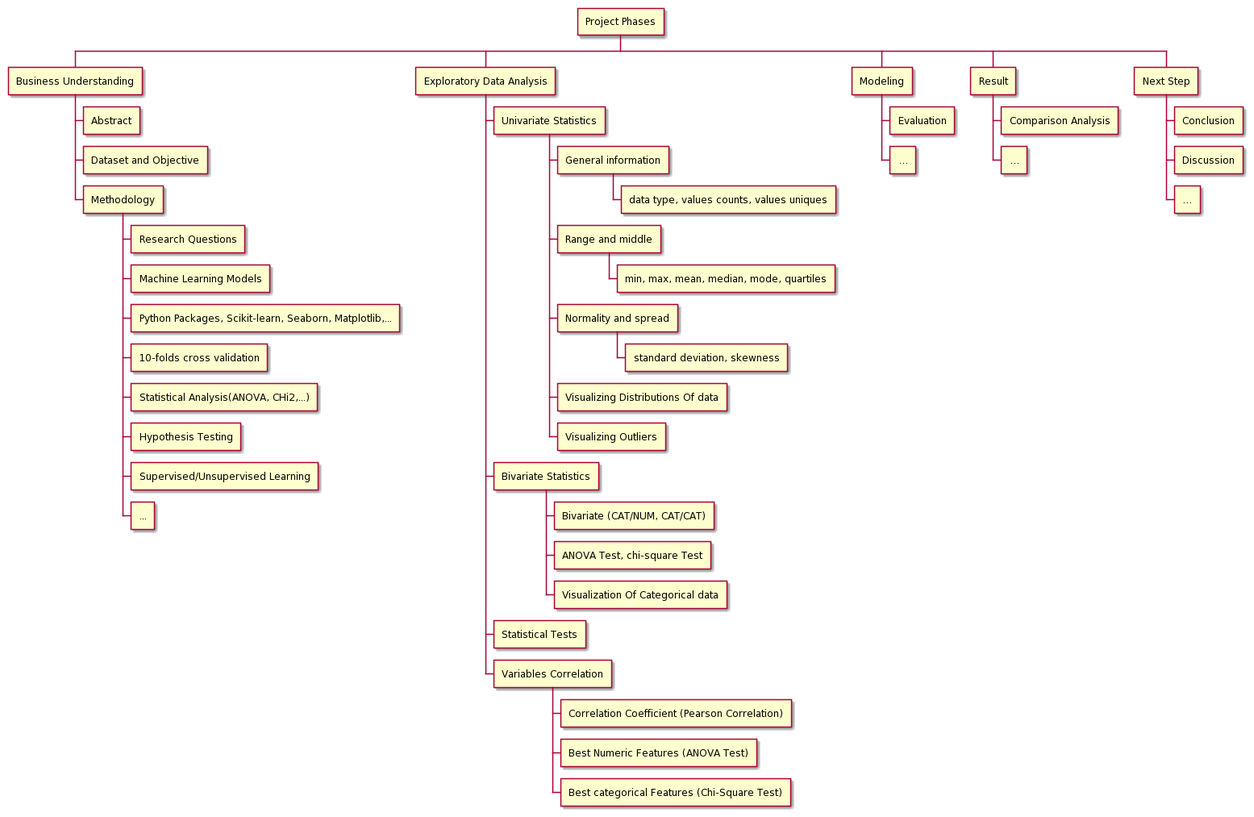
This is Project Phases Graph.png from masram-ml/rpstry-bdap-occup-estmt-, a PlantUML export, as it was before one commit.
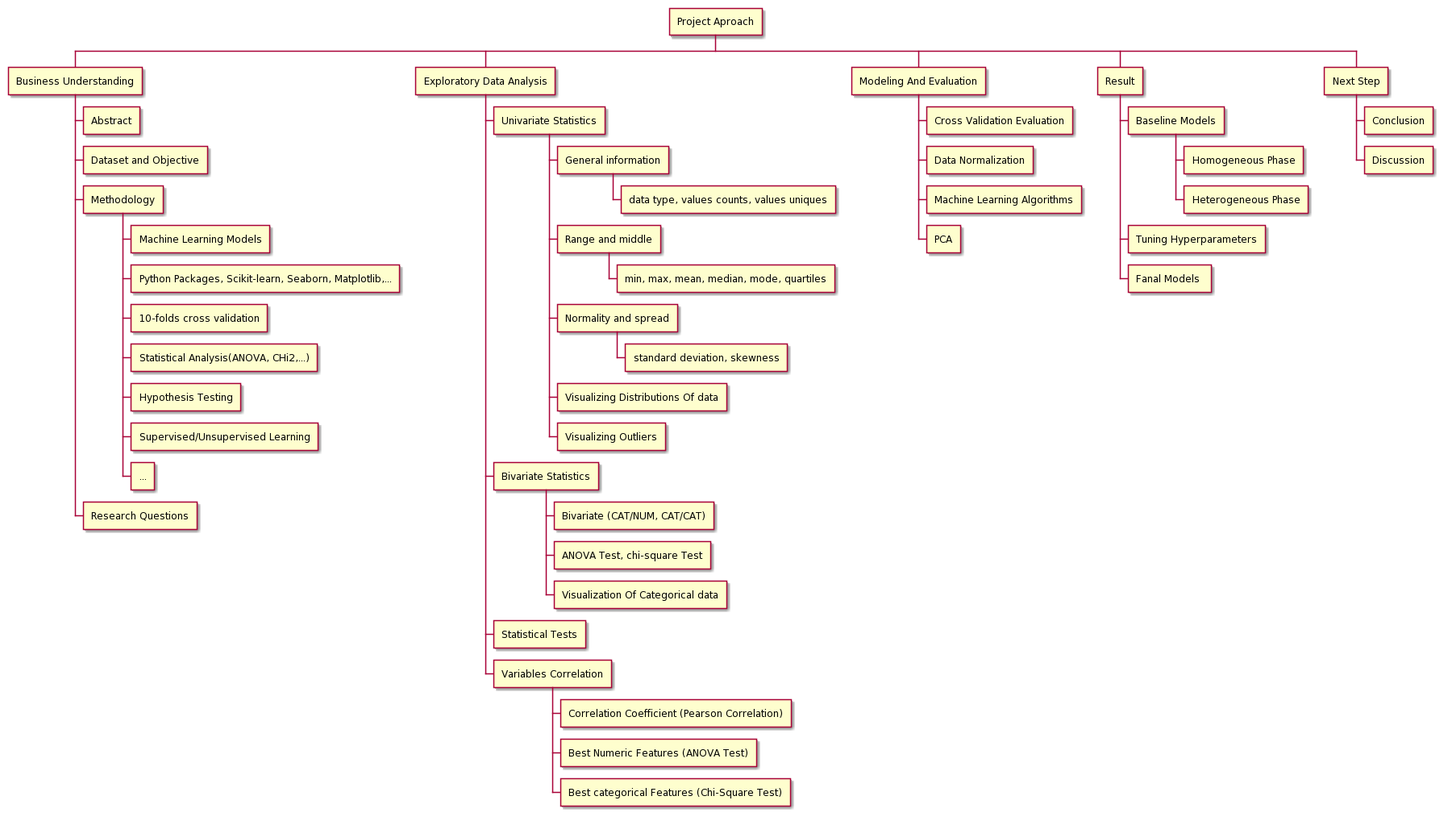
The same diagram one commit later.

The edit, as a diff of the source:
```diff
@@ -2,12 +2,11 @@
 
 skin rose
 
-* Project Phases
+* Project Aproach
 ** Business Understanding
 *** Abstract
 *** Dataset and Objective
 *** Methodology
-**** Research Questions
 **** Machine Learning Models
 **** Python Packages, Scikit-learn, Seaborn, Matplotlib,...
 **** 10-folds cross validation
@@ -15,6 +14,7 @@
 **** Hypothesis Testing
 **** Supervised/Unsupervised Learning
 **** ...
+*** Research Questions
 ** Exploratory Data Analysis
 *** Univariate Statistics
 **** General information
@@ -34,14 +34,18 @@
 **** Correlation Coefficient (Pearson Correlation)
 **** Best Numeric Features (ANOVA Test)
 **** Best categorical Features (Chi-Square Test)
-** Modeling
-*** Evaluation
-*** …
+** Modeling And Evaluation
+*** Cross Validation Evaluation
+*** Data Normalization
+*** Machine Learning Algorithms
+*** PCA
 ** Result
-*** Comparison Analysis
-*** …
+*** Baseline Models
+**** Homogeneous Phase
+**** Heterogeneous Phase
+*** Tuning Hyperparameters
+*** Fanal Models
 ** Next Step
 *** Conclusion
 *** Discussion
-*** …
 @endwbs
```
